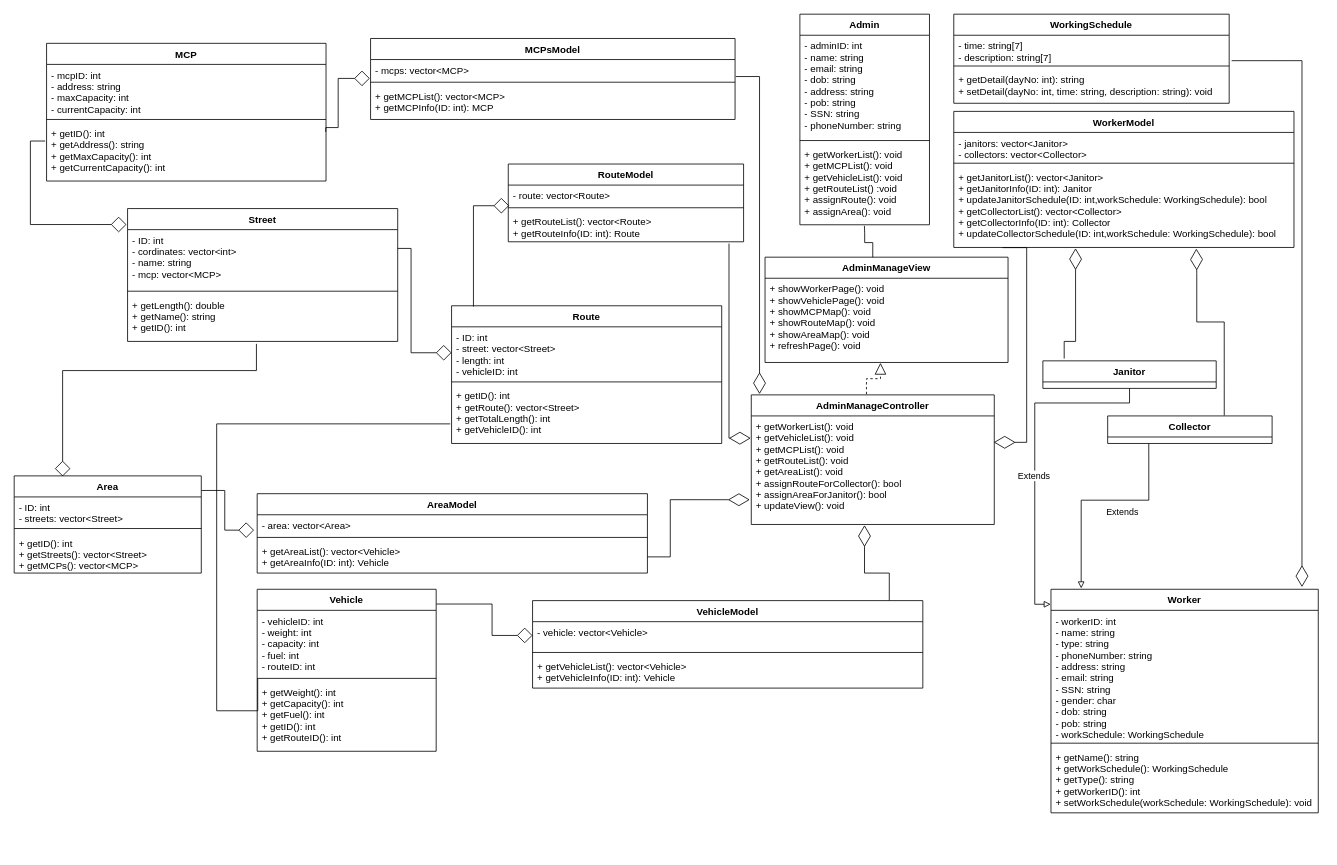
This is Task 2/2.3/Nghia.drawio from astr0tas/SE-with-Da-Bois---UWC-2.0, a draw.io file, before an edit. Source tidied: cells renumbered, new cells numbered last; positions are measured from the earlier drawing's top-left corner, leaving out a move shared by most shapes. Both pictures are drawn from the tidied source at 81%, with x=0, y=0 at pixel (14, 14).
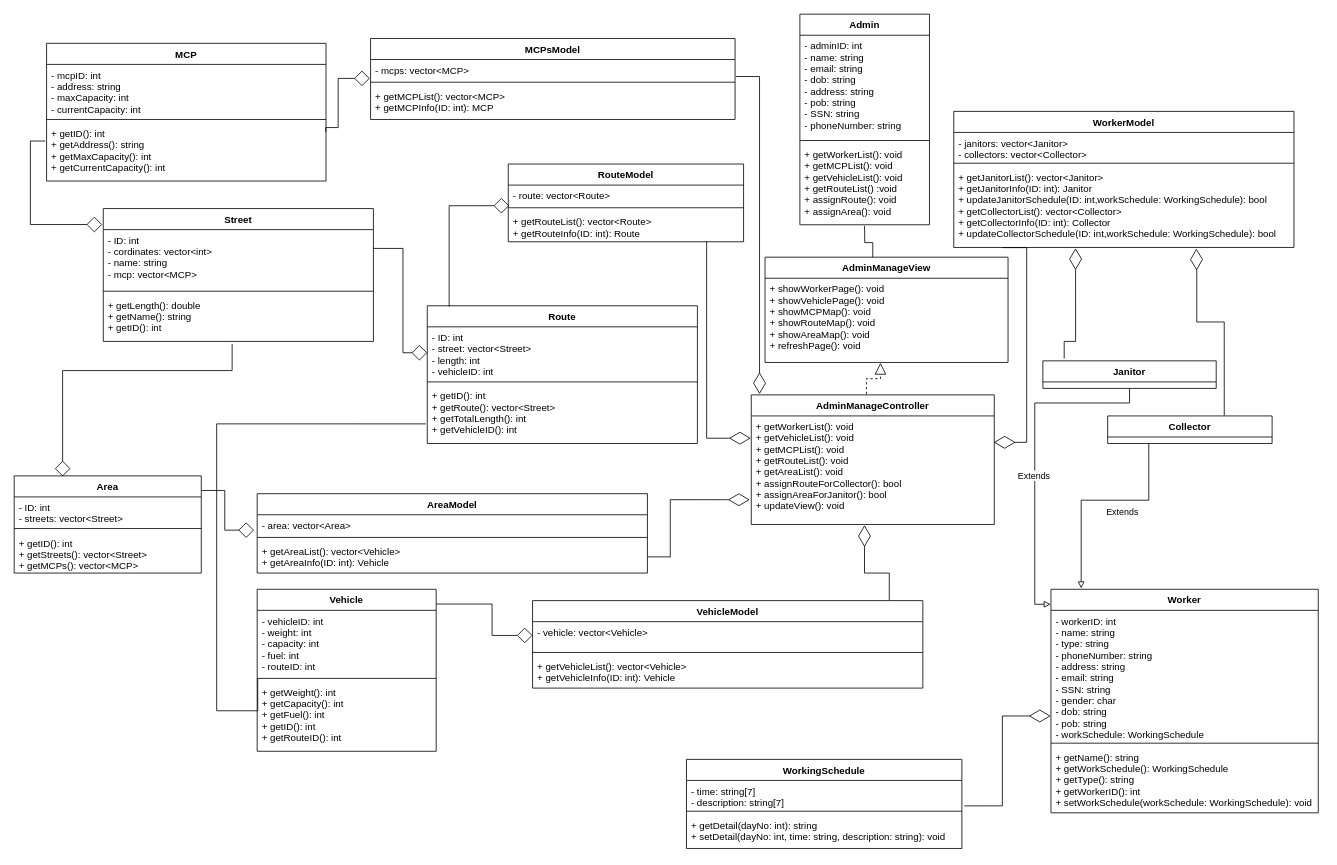
After the change.

Unchanged cells that the change refers to:
```xml
<mxCell id="12" value="Worker" style="swimlane;fontStyle=1;align=center;verticalAlign=top;horizontal=1;startSize=26;" parent="1" vertex="1">
  <mxGeometry x="1280" y="710" width="330" height="276" as="geometry" />
</mxCell>
<mxCell id="13" value="- workerID: int&#10;- name: string&#10;- type: string&#10;- phoneNumber: string&#10;- address: string&#10;- email: string&#10;- SSN: string&#10;- gender: char&#10;- dob: string&#10;- pob: string&#10;- workSchedule: WorkingSchedule" style="text;strokeColor=none;fillColor=none;align=left;verticalAlign=top;spacingLeft=4;spacingRight=4;overflow=hidden;points=[[0,0.5],[1,0.5]];portConstraint=eastwest;fontStyle=0;" parent="12" vertex="1">
  <mxGeometry y="26" width="330" height="160" as="geometry" />
</mxCell>
<mxCell id="17" value="- ID: int&#10;- street: vector&lt;Street&gt;&#10;- length: int&#10;- vehicleID: int" style="text;strokeColor=none;fillColor=none;align=left;verticalAlign=top;spacingLeft=4;spacingRight=4;overflow=hidden;points=[[0,0.5],[1,0.5]];portConstraint=eastwest;" parent="16" vertex="1">
  <mxGeometry y="26" width="333.5" height="64" as="geometry" />
</mxCell>
<mxCell id="43" value="+ getRouteList(): vector&lt;Route&gt;&#10;+ getRouteInfo(ID: int): Route&#10;" style="text;strokeColor=none;fillColor=none;align=left;verticalAlign=top;spacingLeft=4;spacingRight=4;overflow=hidden;points=[[0,0.5],[1,0.5]];portConstraint=eastwest;" parent="40" vertex="1">
  <mxGeometry y="58" width="290.5" height="38" as="geometry" />
</mxCell>
<mxCell id="49" value="- ID: int&#10;- cordinates: vector&lt;int&gt;&#10;- name: string&#10;- mcp: vector&lt;MCP&gt;" style="text;strokeColor=none;fillColor=none;align=left;verticalAlign=top;spacingLeft=4;spacingRight=4;overflow=hidden;points=[[0,0.5],[1,0.5]];portConstraint=eastwest;" parent="48" vertex="1">
  <mxGeometry y="26" width="333.5" height="72" as="geometry" />
</mxCell>
<mxCell id="51" value="+ getLength(): double&#10;+ getName(): string&#10;+ getID(): int" style="text;strokeColor=none;fillColor=none;align=left;verticalAlign=top;spacingLeft=4;spacingRight=4;overflow=hidden;points=[[0,0.5],[1,0.5]];portConstraint=eastwest;" parent="48" vertex="1">
  <mxGeometry y="106" width="333.5" height="58" as="geometry" />
</mxCell>
<mxCell id="58" value="- time: string[7]&#10;- description: string[7]" style="text;strokeColor=none;fillColor=none;align=left;verticalAlign=top;spacingLeft=4;spacingRight=4;overflow=hidden;points=[[0,0.5],[1,0.5]];portConstraint=eastwest;" parent="57" vertex="1">
  <mxGeometry y="26" width="340" height="34" as="geometry" />
</mxCell>
<mxCell id="65" value="+ getWorkerList(): void&#10;+ getVehicleList(): void&#10;+ getMCPList(): void&#10;+ getRouteList(): void&#10;+ getAreaList(): void&#10;+ assignRouteForCollector(): bool&#10;+ assignAreaForJanitor(): bool&#10;+ updateView(): void" style="text;strokeColor=none;fillColor=none;align=left;verticalAlign=top;spacingLeft=4;spacingRight=4;overflow=hidden;points=[[0,0.5],[1,0.5]];portConstraint=eastwest;" parent="64" vertex="1">
  <mxGeometry y="26" width="300" height="134" as="geometry" />
</mxCell>
<mxCell id="69" value="Area" style="swimlane;fontStyle=1;align=center;verticalAlign=top;horizontal=1;startSize=26;" parent="1" vertex="1">
  <mxGeometry y="570" width="231" height="120" as="geometry" />
</mxCell>
```

Diff of the diagram source:
```diff
@@
     <mxCell id="16" value="Route" style="swimlane;fontStyle=1;align=center;verticalAlign=top;horizontal=1;startSize=26;" parent="1" vertex="1">
-      <mxGeometry x="540" y="360" width="333.5" height="170" as="geometry" />
+      <mxGeometry x="510" y="360" width="333.5" height="170" as="geometry" />
     </mxCell>
@@
     <mxCell id="48" value="Street" style="swimlane;fontStyle=1;align=center;verticalAlign=top;horizontal=1;startSize=26;" parent="1" vertex="1">
-      <mxGeometry x="140" y="240" width="333.5" height="164" as="geometry" />
+      <mxGeometry x="110" y="240" width="333.5" height="164" as="geometry" />
     </mxCell>
@@
     <mxCell id="52" style="edgeStyle=orthogonalEdgeStyle;rounded=0;jettySize=auto;html=1;strokeWidth=1;startArrow=diamond;startFill=0;endArrow=none;endFill=0;endSize=17;startSize=17;entryX=1;entryY=0.322;entryDx=0;entryDy=0;entryPerimeter=0;exitX=0;exitY=0.5;exitDx=0;exitDy=0;" parent="1" edge="1" source="17" target="49">
       <mxGeometry relative="1" as="geometry">
         <Array as="points">
-          <mxPoint x="490" y="418" />
-          <mxPoint x="490" y="289" />
+          <mxPoint x="480" y="418" />
+          <mxPoint x="480" y="289" />
         </Array>
       </mxGeometry>
     </mxCell>
-    <mxCell id="53" style="endArrow=diamondThin;endFill=0;endSize=24;html=1;rounded=0;edgeStyle=orthogonalEdgeStyle;exitX=0.938;exitY=1.058;exitDx=0;exitDy=0;exitPerimeter=0;entryX=-0.002;entryY=0.205;entryDx=0;entryDy=0;entryPerimeter=0;" parent="1" edge="1" source="43" target="65">
+    <mxCell id="53" style="endArrow=diamondThin;endFill=0;endSize=24;html=1;rounded=0;edgeStyle=orthogonalEdgeStyle;exitX=0.843;exitY=0.991;exitDx=0;exitDy=0;exitPerimeter=0;entryX=-0.002;entryY=0.205;entryDx=0;entryDy=0;entryPerimeter=0;" parent="1" edge="1" source="43" target="65">
       <mxGeometry relative="1" as="geometry">
         <Array as="points">
-          <mxPoint x="882" y="523" />
+          <mxPoint x="855" y="524" />
         </Array>
       </mxGeometry>
     </mxCell>
@@
     <mxCell id="57" value="WorkingSchedule" style="swimlane;fontStyle=1;align=center;verticalAlign=top;horizontal=1;startSize=26;" parent="1" vertex="1">
-      <mxGeometry x="1160" width="340" height="110" as="geometry" />
+      <mxGeometry x="830" y="920" width="340" height="110" as="geometry" />
     </mxCell>
@@
-    <mxCell id="63" style="endArrow=diamondThin;endFill=0;endSize=24;html=1;rounded=0;exitX=1.009;exitY=0.924;exitDx=0;exitDy=0;exitPerimeter=0;edgeStyle=orthogonalEdgeStyle;entryX=0.939;entryY=-0.01;entryDx=0;entryDy=0;entryPerimeter=0;" parent="1" edge="1" source="58" target="12">
+    <mxCell id="63" style="endArrow=diamondThin;endFill=0;endSize=24;html=1;rounded=0;exitX=1.009;exitY=0.924;exitDx=0;exitDy=0;exitPerimeter=0;edgeStyle=orthogonalEdgeStyle;entryX=-0.001;entryY=0.815;entryDx=0;entryDy=0;entryPerimeter=0;" parent="1" edge="1" source="58" target="13">
       <mxGeometry relative="1" as="geometry">
         <Array as="points">
-          <mxPoint x="1590" y="57" />
+          <mxPoint x="1220" y="977" />
+          <mxPoint x="1220" y="866" />
         </Array>
       </mxGeometry>
     </mxCell>
@@
     <mxCell id="80" style="edgeStyle=orthogonalEdgeStyle;rounded=0;jettySize=auto;html=1;strokeWidth=1;startArrow=diamond;startFill=0;endArrow=none;endFill=0;endSize=17;startSize=17;entryX=0.477;entryY=1.052;entryDx=0;entryDy=0;entryPerimeter=0;exitX=0.259;exitY=0.006;exitDx=0;exitDy=0;exitPerimeter=0;" parent="1" edge="1" source="69" target="51">
       <mxGeometry relative="1" as="geometry">
         <Array as="points">
           <mxPoint x="60" y="440" />
-          <mxPoint x="299" y="440" />
+          <mxPoint x="270" y="440" />
+          <mxPoint x="270" y="407" />
         </Array>
       </mxGeometry>
     </mxCell>
```
